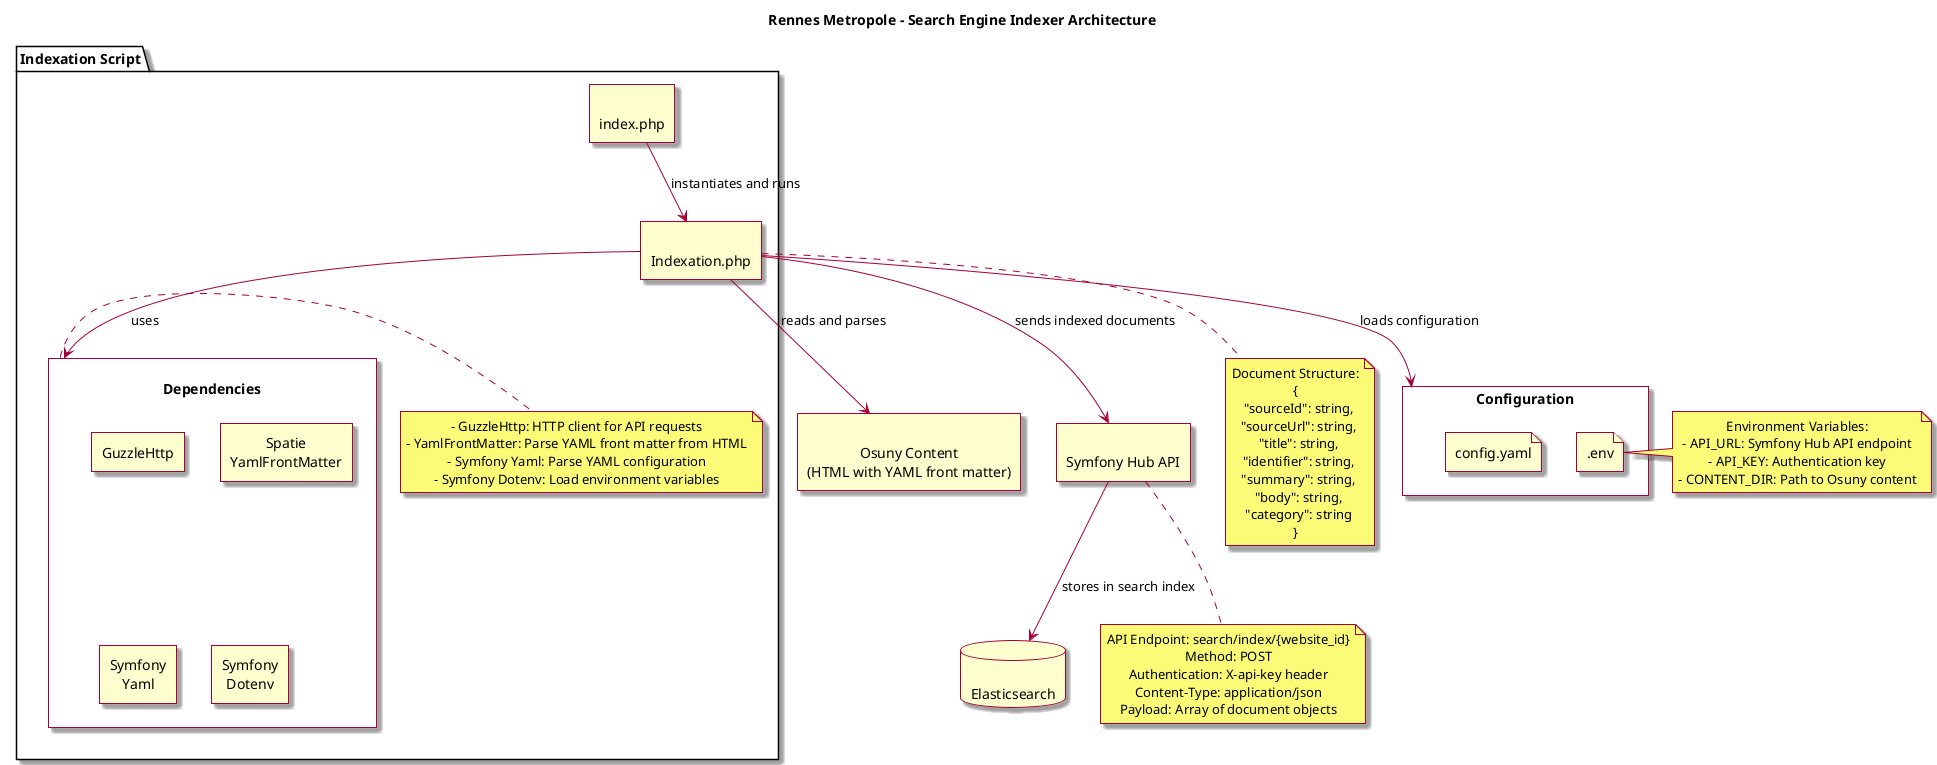
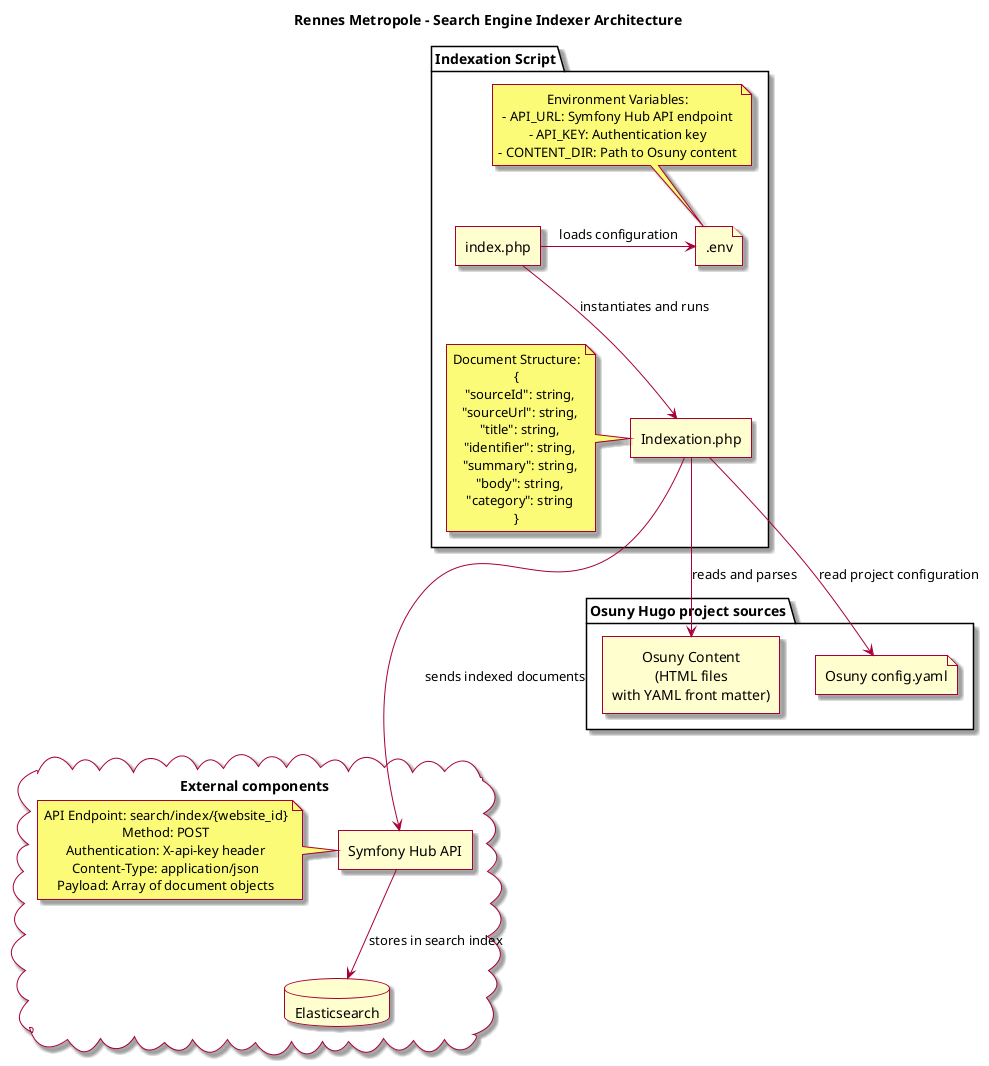
@startuml

skin rose

skinparam package {
    BackgroundColor white
}

skinparam componentStyle rectangle
skinparam backgroundColor white
skinparam defaultTextAlignment center

title "Rennes Metropole - Search Engine Indexer Architecture"

' Components
package "Indexation Script" {
-   component "<$php>\nindex.php" as IndexPHP
-   component "<$php>\nIndexation.php" as IndexationClass
-   component "<$cogs>\nDependencies" as Dependencies {
-     component "GuzzleHttp" as Guzzle
-     component "Spatie\nYamlFrontMatter" as YamlFrontMatter
-     component "Symfony\nYaml" as SymfonyYaml
-     component "Symfony\nDotenv" as SymfonyDotenv
-   }
+   component "index.php" as IndexPHP
+   component "Indexation.php" as IndexationClass

-   note right of Dependencies
-     - GuzzleHttp: HTTP client for API requests
-     - YamlFrontMatter: Parse YAML front matter from HTML
-     - Symfony Yaml: Parse YAML configuration
-     - Symfony Dotenv: Load environment variables
+   file ".env" as EnvFile
+ 
+   note top of EnvFile
+     Environment Variables:
+     - API_URL: Symfony Hub API endpoint
+     - API_KEY: Authentication key
+     - CONTENT_DIR: Path to Osuny content
+   end note
+ 
+ 
+   ' Document Structure
+   note left of IndexationClass
+     Document Structure:
+     {
+       "sourceId": string,
+       "sourceUrl": string,
+       "title": string,
+       "identifier": string,
+       "summary": string,
+       "body": string,
+       "category": string
+     }
  end note
}

- ' External components
- component "<$file>\nOsuny Content\n(HTML with YAML front matter)" as OsunyContent
- component "<$server>\nSymfony Hub API" as SymfonyHubAPI
- database "<$database>\nElasticsearch" as Elasticsearch
+ package "Osuny Hugo project sources" {
+     component "Osuny Content\n(HTML files\nwith YAML front matter)" as OsunyContent

- ' Configuration and Environment
- component "Configuration" as Config {
-   file ".env" as EnvFile
-   file "config.yaml" as ConfigFile
+     file "Osuny config.yaml" as ConfigFile
}

- note right of EnvFile
-   Environment Variables:
-   - API_URL: Symfony Hub API endpoint
-   - API_KEY: Authentication key
-   - CONTENT_DIR: Path to Osuny content
- end note
+ cloud "External components" {
+     component "Symfony Hub API" as SymfonyHubAPI
+     database "Elasticsearch" as Elasticsearch
+ 
+     ' API Details
+     note left of SymfonyHubAPI
+       API Endpoint: search/index/{website_id}
+       Method: POST
+       Authentication: X-api-key header
+       Content-Type: application/json
+       Payload: Array of document objects
+     end note
+ }

' Relationships and data flow
IndexPHP --> IndexationClass : instantiates and runs
IndexationClass --> OsunyContent : reads and parses
- IndexationClass --> Config : loads configuration
- IndexationClass --> Dependencies : uses
- IndexationClass --> SymfonyHubAPI : sends indexed documents
+ IndexPHP -> EnvFile : loads configuration
+ IndexationClass --> ConfigFile : read project configuration
+ IndexationClass ---> SymfonyHubAPI : sends indexed documents
SymfonyHubAPI --> Elasticsearch : stores in search index

- ' API Details
- note bottom of SymfonyHubAPI
-   API Endpoint: search/index/{website_id}
-   Method: POST
-   Authentication: X-api-key header
-   Content-Type: application/json
-   Payload: Array of document objects
- end note

- ' Document Structure
- note bottom of IndexationClass
-   Document Structure:
-   {
-     "sourceId": string,
-     "sourceUrl": string,
-     "title": string,
-     "identifier": string,
-     "summary": string,
-     "body": string,
-     "category": string
-   }
- end note

@enduml
